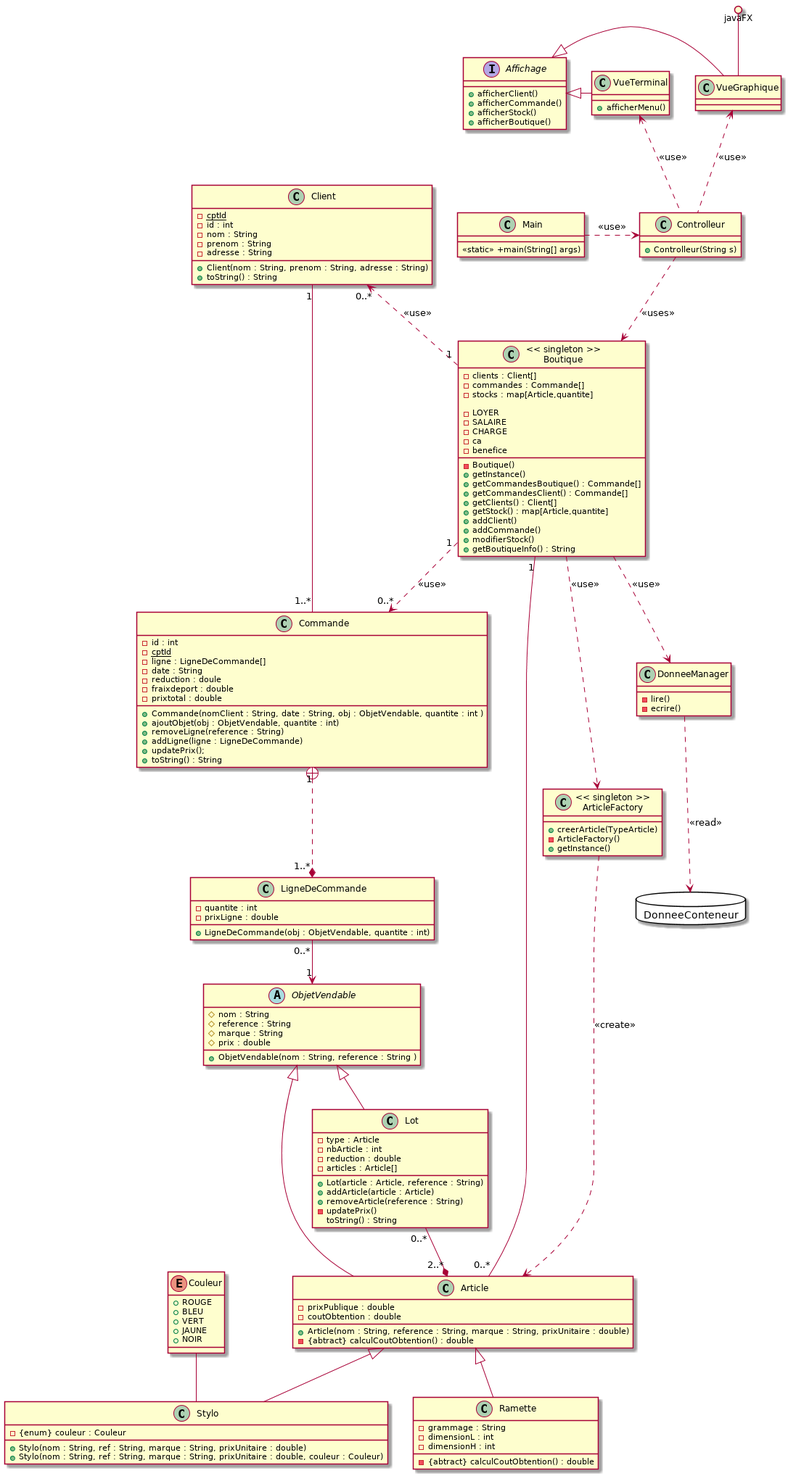
Above: doc/class.png in Yoanr/GestionBoutique (PlantUML), before the change.
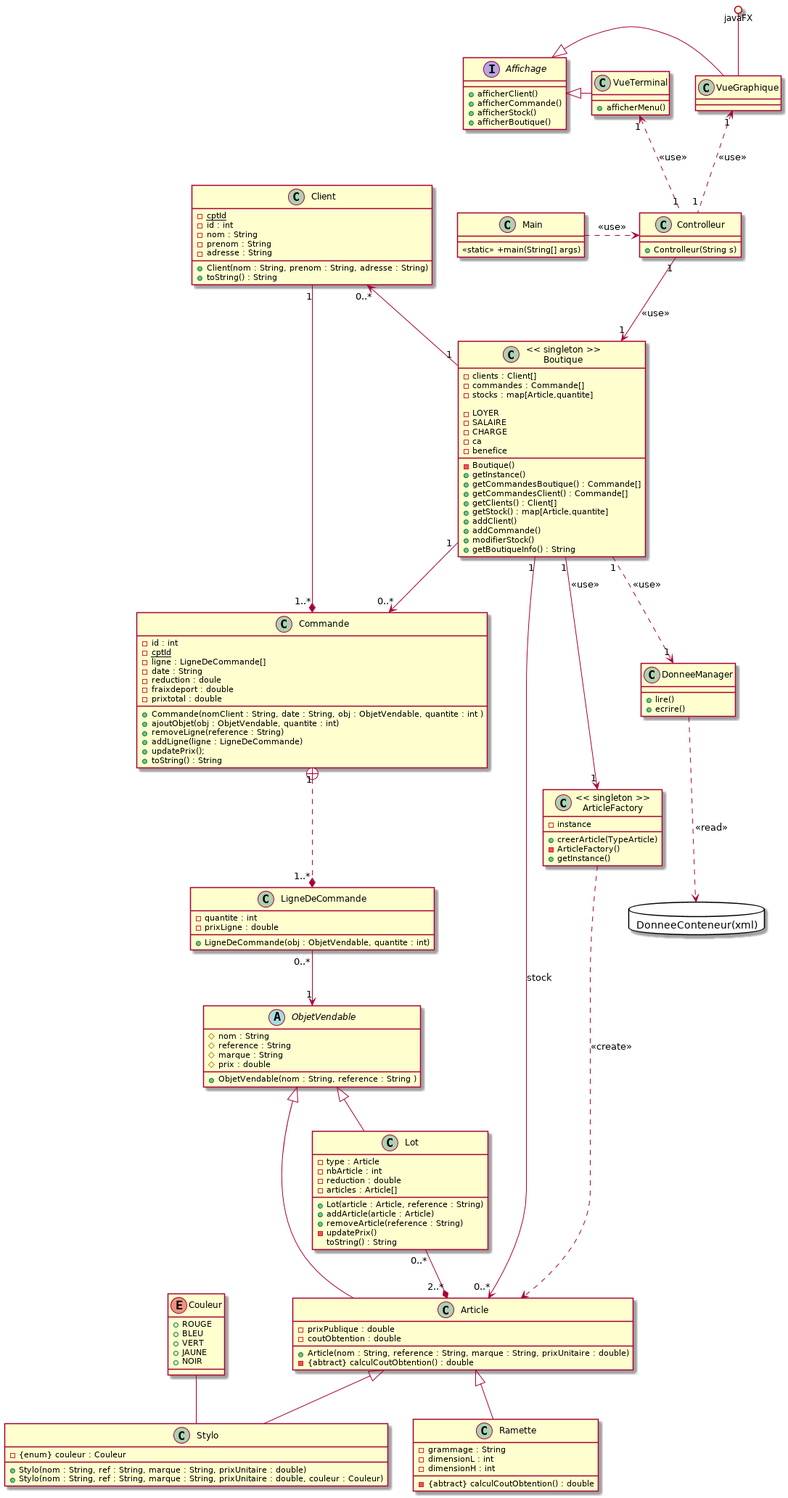
After the commit.

Commit message:
rendu UML

Diff of the diagram source:
```diff
@@ -1,6 +1,6 @@
 @startuml
 
-database "DonneeConteneur" {
+database "DonneeConteneur(xml)" as DonneeConteneur {
 }
 
 enum Couleur{
@@ -95,6 +95,7 @@
 }
 
 class "<< singleton >>\nArticleFactory" as ArticleFactory{
+-instance
 +creerArticle(TypeArticle)
 -ArticleFactory()
 +getInstance()
@@ -144,15 +145,15 @@
 
 
 class DonneeManager{
--lire()
--ecrire()
++lire()
++ecrire()
 }
 
 
 
 
 
-Client "1" -- "1..*" Commande
+Client "1" --* "1..*" Commande
 Article  -up-|> ObjetVendable
 Lot -up-|> ObjetVendable
 Lot "0..*" --* "2..*" Article
@@ -164,18 +165,20 @@
 
 ArticleFactory ..> Article : "<< create >>"
 
-Boutique "1"  -- "0..*"  Article
-Boutique ..> ArticleFactory : "<< use >>"
-Boutique "1" .up.> "0..*" Client : << use >>
-Boutique "1" ..> "0..*" Commande : << use >>
-Boutique ..> DonneeManager : << use >>
+Boutique "1" --> "1" ArticleFactory : "<< use >>"
+Boutique "1" ..> "1" DonneeManager :  "<< use >>"
+
+Boutique "1"  --> "0..*"  Article : "stock"
+Boutique "1" -up-> "0..*" Client
+Boutique "1" --> "0..*" Commande
+
 
 DonneeManager ..> DonneeConteneur : << read >>
 
-Controlleur ..> Boutique : << uses >>
+Controlleur "1" --> "1" Boutique : << use >>
 
-Controlleur .up.> VueTerminal : << use >>
-Controlleur .up.> VueGraphique : << use >>
+Controlleur "1" .up.> "1" VueTerminal : << use >>
+Controlleur "1" .up.> "1" VueGraphique : << use >>
  javaFX ()-- VueGraphique
 
 VueTerminal -up|> Affichage
```
